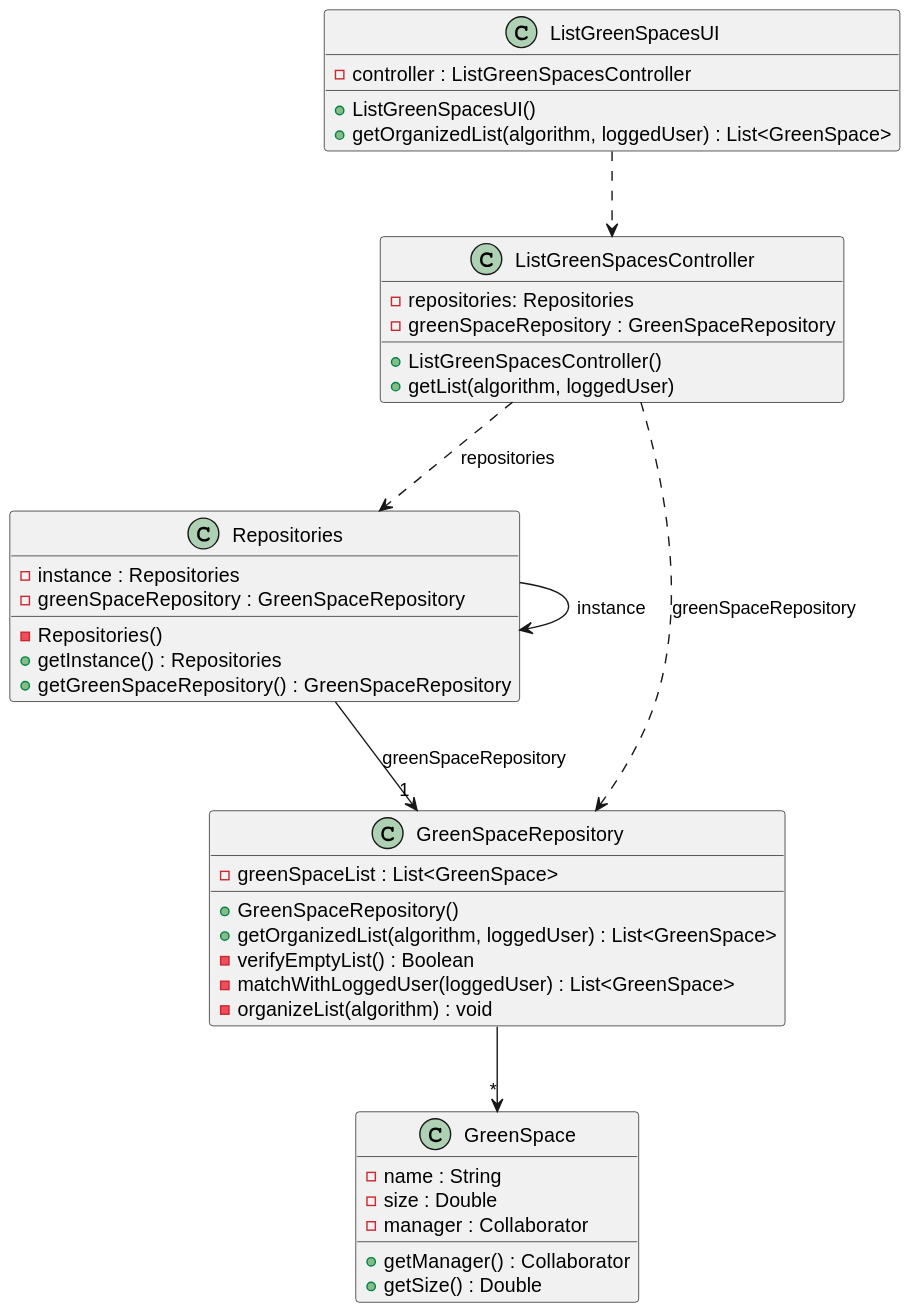
This is docs/sprintC/us027/03.design/svg/us027-class-diagram.svg from ricardomm7/leaflink, a PlantUML export, as it was before one commit.
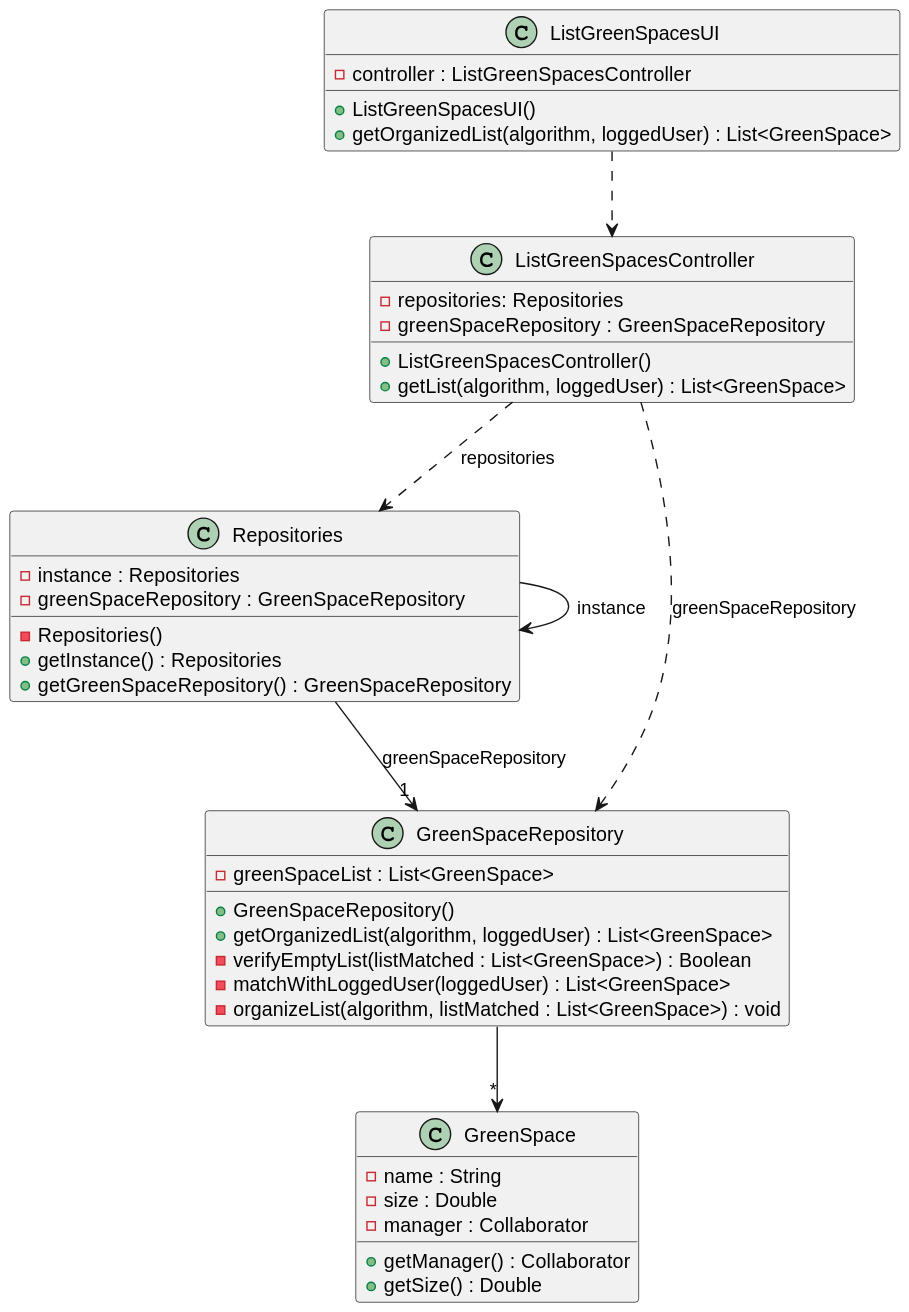
After the change.

Change to the diagram source:
```diff
@@ -14,7 +14,7 @@
         - greenSpaceRepository : GreenSpaceRepository
 
         + ListGreenSpacesController()
-        +getList(algorithm, loggedUser)
+        +getList(algorithm, loggedUser) : List<GreenSpace>
     }
 
     class Repositories {
@@ -29,9 +29,9 @@
         - greenSpaceList : List<GreenSpace>
         + GreenSpaceRepository()
         + getOrganizedList(algorithm, loggedUser) : List<GreenSpace>
-        - verifyEmptyList() : Boolean
+        - verifyEmptyList(listMatched : List<GreenSpace>) : Boolean
         - matchWithLoggedUser(loggedUser) : List<GreenSpace>
-        - organizeList(algorithm) : void
+        - organizeList(algorithm, listMatched : List<GreenSpace>) : void
     }
 
     class GreenSpace {
```
